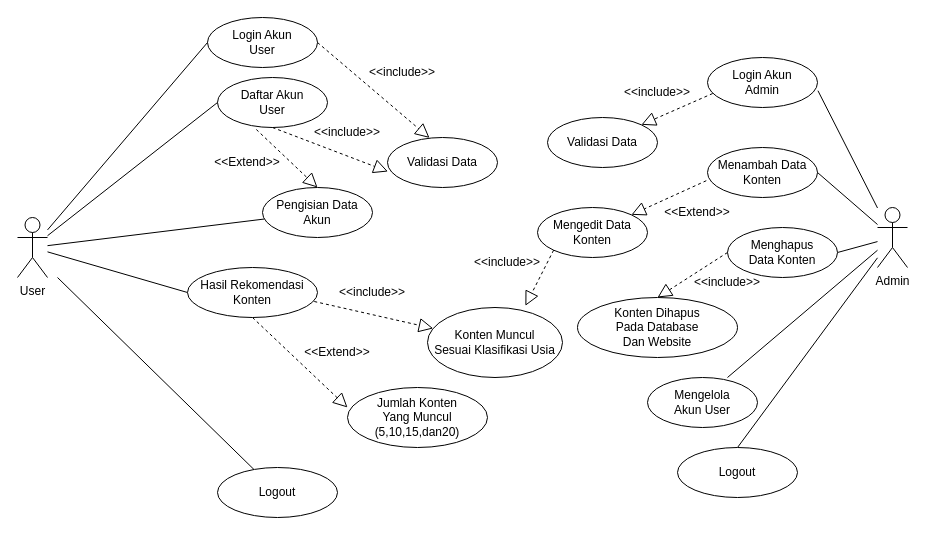
This is Use case.drawio from abdraiin/Sistem-Rekomendasi-Konten, a draw.io file, before an edit. Source tidied: cells renumbered, new cells numbered last; positions are measured from the earlier drawing's top-left corner, leaving out a move shared by most shapes. Both pictures are drawn from the tidied source at 100%, with x=0, y=0 at pixel (17, 17).
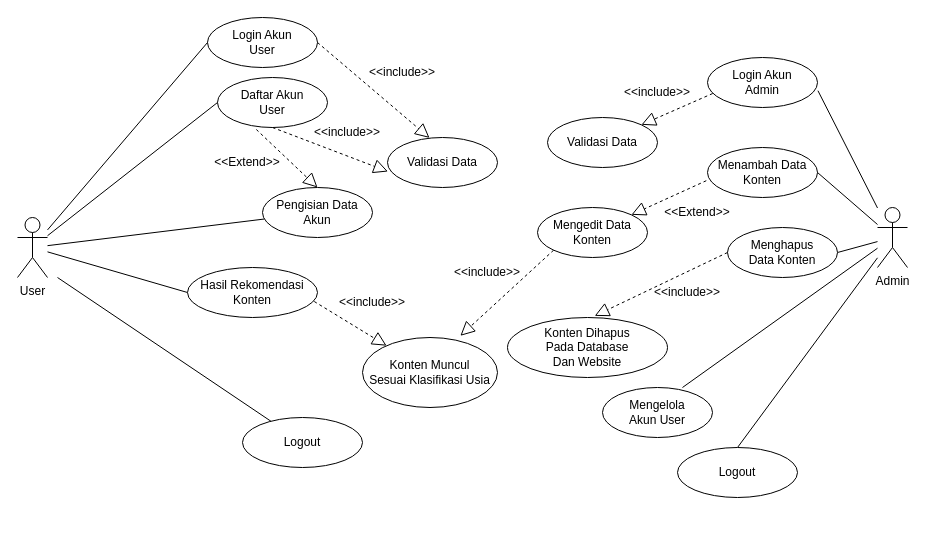
The same diagram, later.

The change refers to these unchanged cells:
```xml
<mxCell id="26" value="Hasil Rekomendasi&lt;div&gt;Konten&lt;/div&gt;" style="ellipse;whiteSpace=wrap;html=1;" parent="1" vertex="1">
  <mxGeometry x="170" y="250" width="130" height="50" as="geometry" />
</mxCell>
<mxCell id="38" value="Menghapus&lt;div&gt;Data Konten&lt;/div&gt;" style="ellipse;whiteSpace=wrap;html=1;" parent="1" vertex="1">
  <mxGeometry x="710" y="210" width="110" height="50" as="geometry" />
</mxCell>
```

The edit, as a diff of the source:
```diff
@@
-    <mxCell id="17" value="Jumlah Konten&lt;div&gt;Yang Muncul&lt;/div&gt;&lt;div&gt;(5,10,15,dan20)&lt;/div&gt;" style="ellipse;whiteSpace=wrap;html=1;" parent="1" vertex="1">
-      <mxGeometry x="330" y="370" width="140" height="60" as="geometry" />
-    </mxCell>
     <mxCell id="18" value="Konten Muncul&lt;div&gt;Sesuai Klasifikasi&amp;nbsp;&lt;span style=&quot;background-color: transparent; color: light-dark(rgb(0, 0, 0), rgb(255, 255, 255));&quot;&gt;Usia&lt;/span&gt;&lt;/div&gt;" style="ellipse;whiteSpace=wrap;html=1;" parent="1" vertex="1">
-      <mxGeometry x="410" y="290" width="135" height="70" as="geometry" />
+      <mxGeometry x="345" y="320" width="135" height="70" as="geometry" />
     </mxCell>
@@
-    <mxCell id="20" style="endArrow=block;dashed=1;endFill=0;endSize=12;html=1;rounded=0;exitX=0.5;exitY=1;exitDx=0;exitDy=0;entryX=0;entryY=0.333;entryDx=0;entryDy=0;entryPerimeter=0;" parent="1" edge="1" source="26" target="17">
-      <mxGeometry relative="1" as="geometry" />
-    </mxCell>
     <mxCell id="21" value="&amp;lt;&amp;lt;include&amp;gt;&amp;gt;" style="text;html=1;whiteSpace=wrap;strokeColor=none;fillColor=none;align=center;verticalAlign=middle;rounded=0;" parent="1" vertex="1">
-      <mxGeometry x="325" y="260" width="60" height="30" as="geometry" />
+      <mxGeometry x="325" y="270" width="60" height="30" as="geometry" />
     </mxCell>
-    <mxCell id="22" value="&amp;lt;&amp;lt;Extend&amp;gt;&amp;gt;" style="text;html=1;whiteSpace=wrap;strokeColor=none;fillColor=none;align=center;verticalAlign=middle;rounded=0;" parent="1" vertex="1">
-      <mxGeometry x="290" y="320" width="60" height="30" as="geometry" />
-    </mxCell>
     <mxCell id="23" value="Logout" style="ellipse;whiteSpace=wrap;html=1;" parent="1" vertex="1">
-      <mxGeometry x="200" y="450" width="120" height="50" as="geometry" />
+      <mxGeometry x="225" y="400" width="120" height="50" as="geometry" />
     </mxCell>
@@
     <mxCell id="40" value="Mengelola&lt;div&gt;Akun User&lt;/div&gt;" style="ellipse;whiteSpace=wrap;html=1;" parent="1" vertex="1">
-      <mxGeometry x="630" y="360" width="110" height="50" as="geometry" />
+      <mxGeometry x="585" y="370" width="110" height="50" as="geometry" />
     </mxCell>
@@
     <mxCell id="44" value="&amp;lt;&amp;lt;include&amp;gt;&amp;gt;" style="text;html=1;whiteSpace=wrap;strokeColor=none;fillColor=none;align=center;verticalAlign=middle;rounded=0;" parent="1" vertex="1">
-      <mxGeometry x="460" y="230" width="60" height="30" as="geometry" />
+      <mxGeometry x="440" y="240" width="60" height="30" as="geometry" />
     </mxCell>
-    <mxCell id="45" style="endArrow=block;dashed=1;endFill=0;endSize=12;html=1;rounded=0;exitX=0;exitY=0.5;exitDx=0;exitDy=0;entryX=0.5;entryY=0;entryDx=0;entryDy=0;" parent="1" edge="1" source="38" target="47">
+    <mxCell id="45" style="endArrow=block;dashed=1;endFill=0;endSize=12;html=1;rounded=0;exitX=0;exitY=0.5;exitDx=0;exitDy=0;entryX=0.545;entryY=-0.027;entryDx=0;entryDy=0;entryPerimeter=0;" parent="1" edge="1" source="38" target="47">
       <mxGeometry relative="1" as="geometry" />
     </mxCell>
     <mxCell id="46" value="&amp;lt;&amp;lt;include&amp;gt;&amp;gt;" style="text;html=1;whiteSpace=wrap;strokeColor=none;fillColor=none;align=center;verticalAlign=middle;rounded=0;" parent="1" vertex="1">
-      <mxGeometry x="680" y="250" width="60" height="30" as="geometry" />
+      <mxGeometry x="640" y="260" width="60" height="30" as="geometry" />
     </mxCell>
     <mxCell id="47" value="Konten Dihapus&lt;div&gt;Pada Database&lt;/div&gt;&lt;div&gt;Dan Website&lt;/div&gt;" style="ellipse;whiteSpace=wrap;html=1;" parent="1" vertex="1">
-      <mxGeometry x="560" y="280" width="160" height="60" as="geometry" />
+      <mxGeometry x="490" y="300" width="160" height="60" as="geometry" />
     </mxCell>
```
